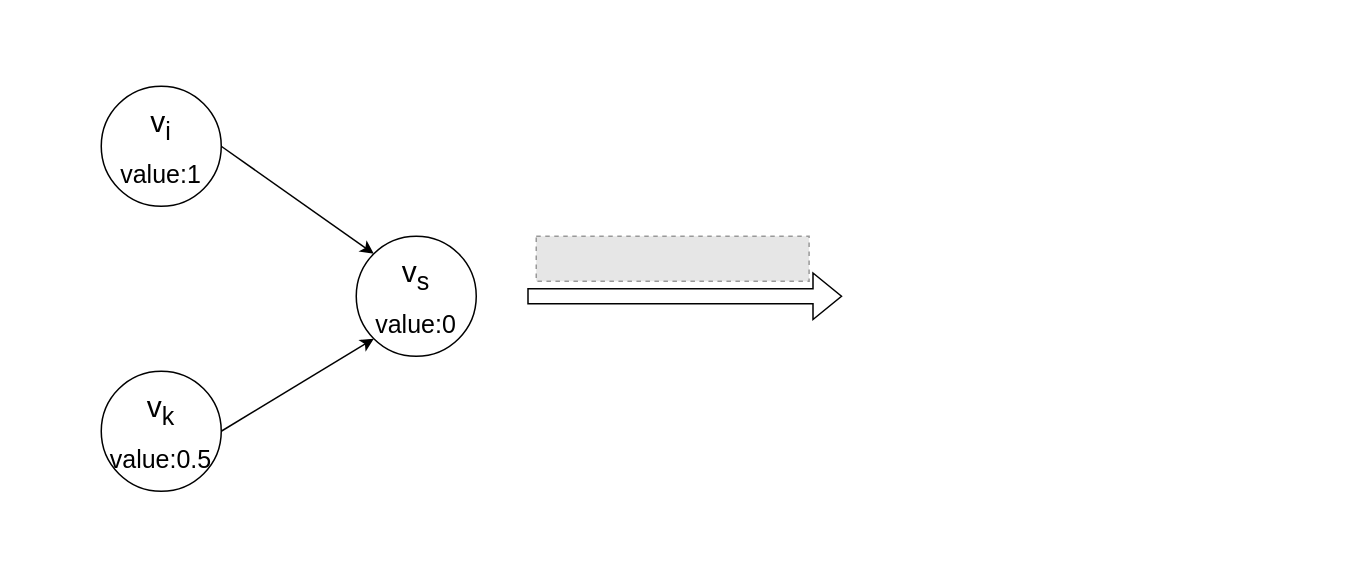
Before: docs/propagationNeighbor.drawio in josura/c2c-sepia, a draw.io diagram. Source tidied: cells renumbered, new cells numbered last; positions are measured from the earlier drawing's top-left corner, leaving out a move shared by most shapes. Both pictures are drawn from the tidied source at 150%, with x=0, y=0 at pixel (100, 86). Pictures stored in the file or linked from it are replaced by grey dashed boxes.
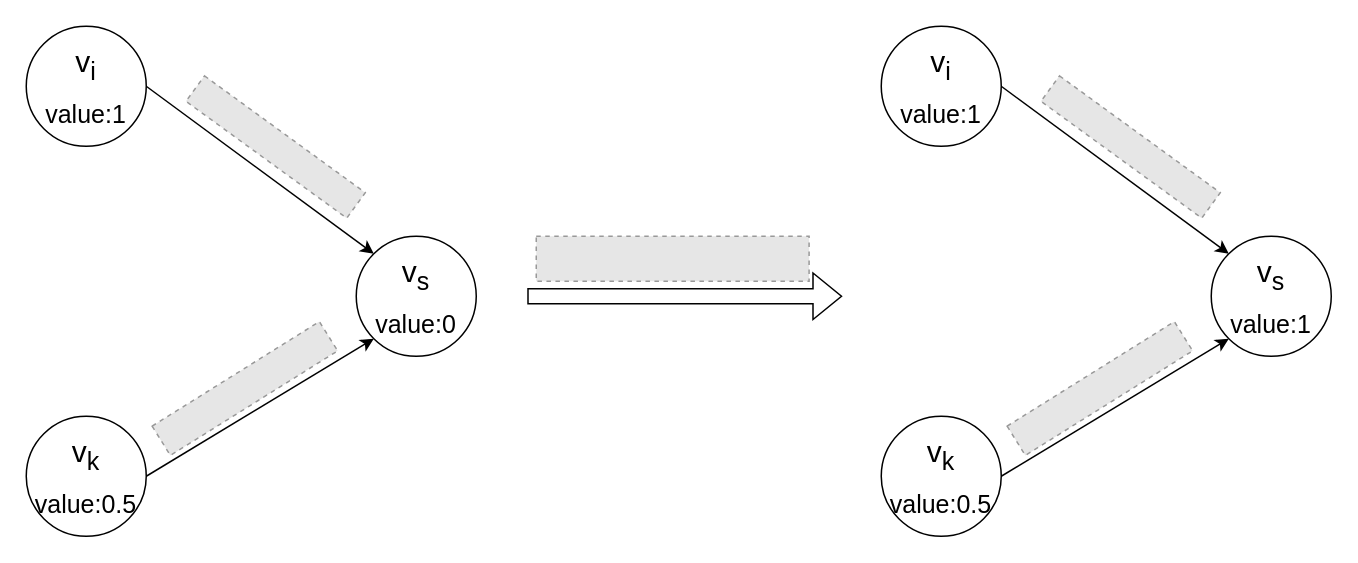
The same diagram, later.

What changed in the source:
```diff
@@
 <mxGraphModel>
   <root>
     <mxCell id="0" />
     <mxCell id="1" parent="0" />
     <mxCell id="2" style="rounded=0;jettySize=auto;html=1;exitX=1;exitY=0.5;exitDx=0;exitDy=0;entryX=0;entryY=0;entryDx=0;entryDy=0;" parent="1" edge="1" source="3" target="6">
       <mxGeometry relative="1" as="geometry" />
     </mxCell>
     <mxCell id="3" value="&lt;div&gt;v&lt;sub&gt;i&lt;br&gt;&lt;/sub&gt;&lt;/div&gt;&lt;sub&gt;value:1&lt;/sub&gt;" style="ellipse;whiteSpace=wrap;html=1;fontSize=20;" parent="1" vertex="1">
-      <mxGeometry width="80" height="80" as="geometry" />
+      <mxGeometry x="-50" y="-40" width="80" height="80" as="geometry" />
     </mxCell>
     <mxCell id="4" style="rounded=0;jettySize=auto;html=1;exitX=1;exitY=0.5;exitDx=0;exitDy=0;entryX=0;entryY=1;entryDx=0;entryDy=0;" parent="1" edge="1" source="5" target="6">
       <mxGeometry relative="1" as="geometry" />
     </mxCell>
     <mxCell id="5" value="&lt;div&gt;v&lt;sub&gt;k&lt;br&gt;&lt;/sub&gt;&lt;/div&gt;&lt;sub&gt;value:0.5&lt;/sub&gt;" style="ellipse;whiteSpace=wrap;html=1;fontSize=20;" parent="1" vertex="1">
-      <mxGeometry y="190" width="80" height="80" as="geometry" />
+      <mxGeometry x="-50" y="220" width="80" height="80" as="geometry" />
     </mxCell>
     <mxCell id="6" value="&lt;div&gt;v&lt;sub&gt;s&lt;br&gt;&lt;/sub&gt;&lt;/div&gt;&lt;sub&gt;value:0&lt;/sub&gt;" style="ellipse;whiteSpace=wrap;html=1;fontSize=20;" parent="1" vertex="1">
       <mxGeometry x="170" y="100" width="80" height="80" as="geometry" />
     </mxCell>
     <mxCell id="7" style="shape=flexArrow;endArrow=classic;html=1;rounded=0;" parent="1" edge="1">
       <mxGeometry relative="1" as="geometry">
         <mxPoint x="284" y="140" as="sourcePoint" />
         <mxPoint x="494" y="140" as="targetPoint" />
       </mxGeometry>
     </mxCell>
     <mxCell id="8" style="fillColor=#E6E6E6;strokeColor=#999999;dashed=1;verticalLabelPosition=bottom;labelBackgroundColor=default;verticalAlign=top;" parent="1" vertex="1">
       <mxGeometry x="290" y="100" width="181.9" height="30" as="geometry" />
     </mxCell>
+    <mxCell id="9" style="fillColor=#E6E6E6;strokeColor=#999999;dashed=1;verticalLabelPosition=bottom;labelBackgroundColor=default;verticalAlign=top;rotation=36;" parent="1" vertex="1">
+      <mxGeometry x="50" y="30" width="132.5" height="21" as="geometry" />
+    </mxCell>
+    <mxCell id="10" style="fillColor=#E6E6E6;strokeColor=#999999;dashed=1;verticalLabelPosition=bottom;labelBackgroundColor=default;verticalAlign=top;rotation=-32;" parent="1" vertex="1">
+      <mxGeometry x="30" y="190" width="131.5" height="23" as="geometry" />
+    </mxCell>
+    <mxCell id="11" style="rounded=0;jettySize=auto;html=1;exitX=1;exitY=0.5;exitDx=0;exitDy=0;entryX=0;entryY=0;entryDx=0;entryDy=0;" parent="1" edge="1" source="12" target="15">
+      <mxGeometry relative="1" as="geometry" />
+    </mxCell>
+    <mxCell id="12" value="&lt;div&gt;v&lt;sub&gt;i&lt;br&gt;&lt;/sub&gt;&lt;/div&gt;&lt;sub&gt;value:1&lt;/sub&gt;" style="ellipse;whiteSpace=wrap;html=1;fontSize=20;" parent="1" vertex="1">
+      <mxGeometry x="520" y="-40" width="80" height="80" as="geometry" />
+    </mxCell>
+    <mxCell id="13" style="rounded=0;jettySize=auto;html=1;exitX=1;exitY=0.5;exitDx=0;exitDy=0;entryX=0;entryY=1;entryDx=0;entryDy=0;" parent="1" edge="1" source="14" target="15">
+      <mxGeometry relative="1" as="geometry" />
+    </mxCell>
+    <mxCell id="14" value="&lt;div&gt;v&lt;sub&gt;k&lt;br&gt;&lt;/sub&gt;&lt;/div&gt;&lt;sub&gt;value:0.5&lt;/sub&gt;" style="ellipse;whiteSpace=wrap;html=1;fontSize=20;" parent="1" vertex="1">
+      <mxGeometry x="520" y="220" width="80" height="80" as="geometry" />
+    </mxCell>
+    <mxCell id="15" value="&lt;div&gt;v&lt;sub&gt;s&lt;br&gt;&lt;/sub&gt;&lt;/div&gt;&lt;sub&gt;value:1&lt;/sub&gt;" style="ellipse;whiteSpace=wrap;html=1;fontSize=20;" parent="1" vertex="1">
+      <mxGeometry x="740" y="100" width="80" height="80" as="geometry" />
+    </mxCell>
+    <mxCell id="16" style="fillColor=#E6E6E6;strokeColor=#999999;dashed=1;verticalLabelPosition=bottom;labelBackgroundColor=default;verticalAlign=top;rotation=36;" parent="1" vertex="1">
+      <mxGeometry x="620" y="30" width="132.5" height="21" as="geometry" />
+    </mxCell>
+    <mxCell id="17" style="fillColor=#E6E6E6;strokeColor=#999999;dashed=1;verticalLabelPosition=bottom;labelBackgroundColor=default;verticalAlign=top;rotation=-32;" parent="1" vertex="1">
+      <mxGeometry x="600" y="190" width="131.5" height="23" as="geometry" />
+    </mxCell>
   </root>
 </mxGraphModel>
```
